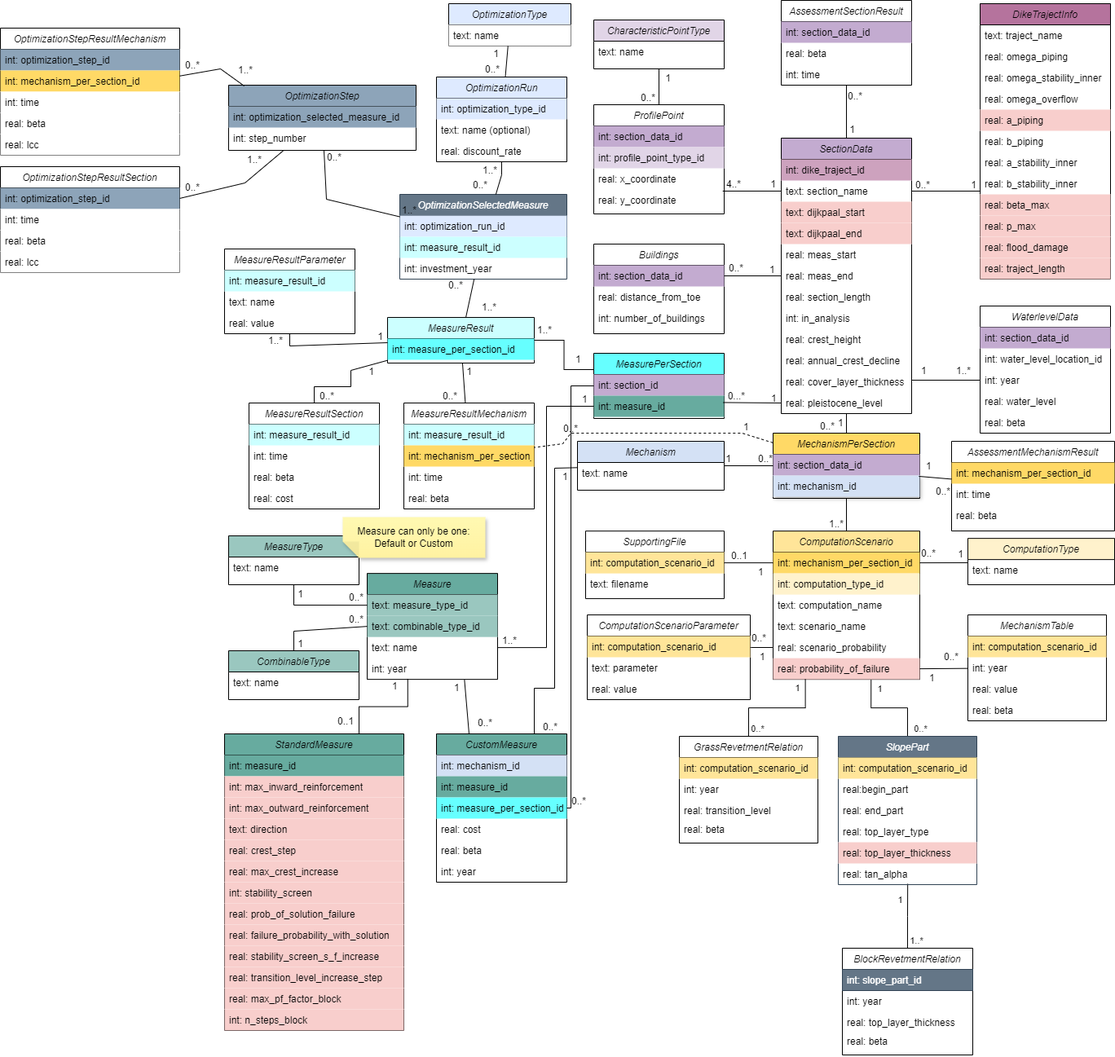
Above: docs/db_diagram/vrtool_sql_input.drawio.png in Deltares/Veiligheidsrendement (draw.io), before the change. Source tidied: cells renumbered, new cells last; positions are measured from the earlier drawing's top-left corner, leaving out a move shared by most shapes.
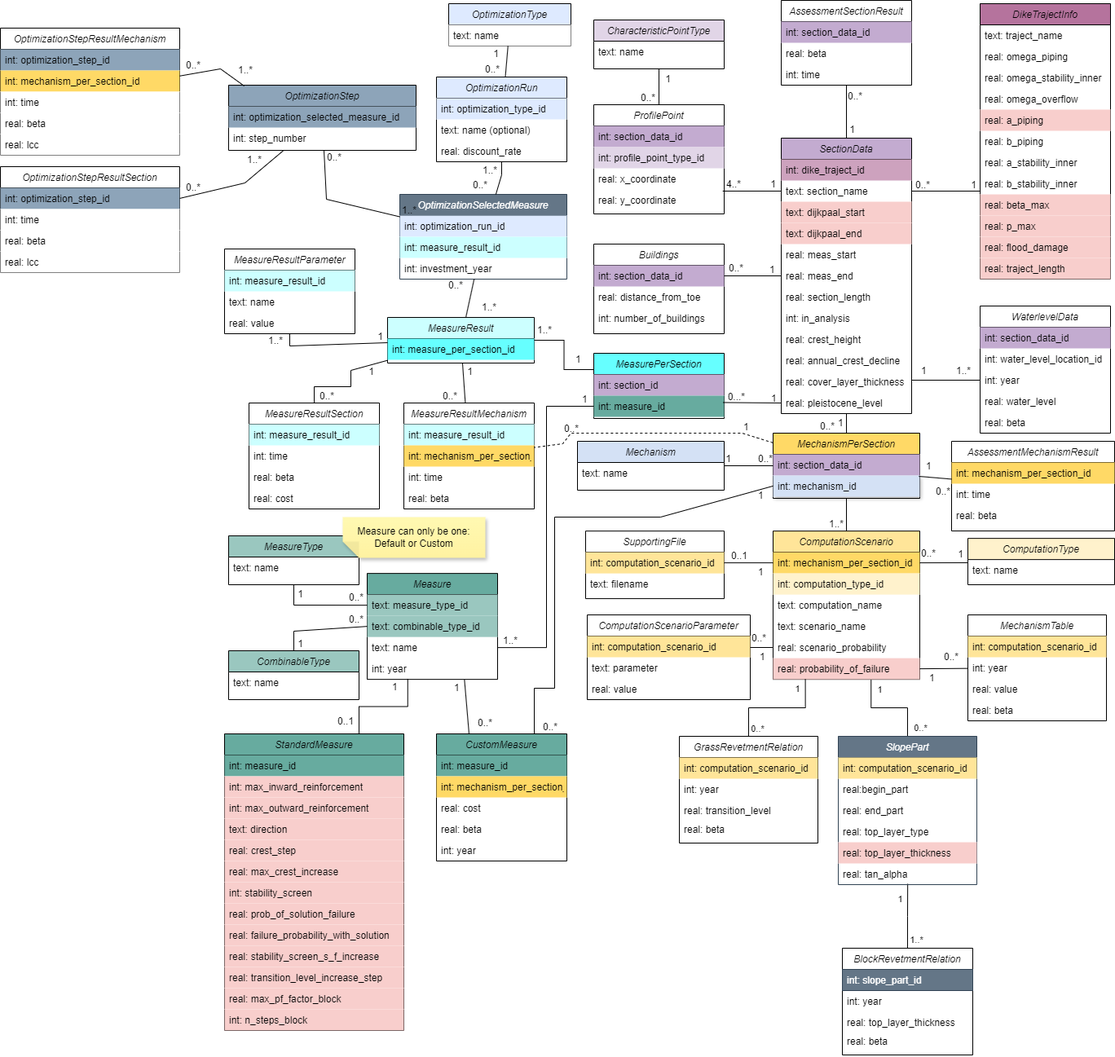
Later version of the same file.

Change to the diagram source:
```diff
@@ -366,25 +366,22 @@
       <mxGeometry y="338" width="220" height="26" as="geometry" />
     </mxCell>
     <mxCell id="108" value="CustomMeasure" style="swimlane;fontStyle=2;align=center;verticalAlign=top;horizontal=1;startSize=26;rounded=0;shadow=0;strokeWidth=1;fillColor=#67AB9F;" parent="1" vertex="1">
-      <mxGeometry x="535" y="900" width="160" height="182" as="geometry" />
+      <mxGeometry x="535" y="900" width="160" height="156" as="geometry" />
     </mxCell>
-    <mxCell id="109" value="int: mechanism_id" style="text;align=left;verticalAlign=top;spacingLeft=4;spacingRight=4;overflow=hidden;fillColor=#D4E1F5;" parent="108" vertex="1">
-      <mxGeometry y="26" width="160" height="26" as="geometry" />
-    </mxCell>
     <mxCell id="110" value="int: measure_id" style="text;align=left;verticalAlign=top;spacingLeft=4;spacingRight=4;overflow=hidden;rounded=0;shadow=0;html=0;fillColor=#67AB9F;" parent="108" vertex="1">
-      <mxGeometry y="52" width="160" height="26" as="geometry" />
+      <mxGeometry y="26" width="160" height="26" as="geometry" />
     </mxCell>
-    <mxCell id="111" value="int: measure_per_section_id" style="text;align=left;verticalAlign=top;spacingLeft=4;spacingRight=4;overflow=hidden;points=[[0,0.5],[1,0.5]];portConstraint=eastwest;rounded=0;shadow=0;html=0;fillColor=#66FFFF;" parent="108" vertex="1">
-      <mxGeometry y="78" width="160" height="26" as="geometry" />
-    </mxCell>
+    <mxCell id="277" value="int: mechanism_per_section_id" style="text;align=left;verticalAlign=top;spacingLeft=4;spacingRight=4;overflow=hidden;rounded=0;shadow=0;html=0;fillColor=#FFD966;" parent="108" vertex="1">
+      <mxGeometry y="52" width="160" height="26" as="geometry" />
+    </mxCell>
     <mxCell id="112" value="real: cost" style="text;align=left;verticalAlign=top;spacingLeft=4;spacingRight=4;overflow=hidden;" parent="108" vertex="1">
-      <mxGeometry y="104" width="160" height="26" as="geometry" />
+      <mxGeometry y="78" width="160" height="26" as="geometry" />
     </mxCell>
     <mxCell id="113" value="real: beta" style="text;align=left;verticalAlign=top;spacingLeft=4;spacingRight=4;overflow=hidden;" parent="108" vertex="1">
-      <mxGeometry y="130" width="160" height="26" as="geometry" />
+      <mxGeometry y="104" width="160" height="26" as="geometry" />
     </mxCell>
     <mxCell id="114" value="int: year" style="text;align=left;verticalAlign=top;spacingLeft=4;spacingRight=4;overflow=hidden;" parent="108" vertex="1">
-      <mxGeometry y="156" width="160" height="26" as="geometry" />
+      <mxGeometry y="130" width="160" height="26" as="geometry" />
     </mxCell>
     <mxCell id="115" value="MeasureType" style="swimlane;fontStyle=2;align=center;verticalAlign=top;horizontal=1;startSize=26;rounded=0;shadow=0;strokeWidth=1;fillColor=#9AC7BF;" parent="1" vertex="1">
       <mxGeometry x="280" y="657" width="160" height="60" as="geometry" />
@@ -392,10 +389,11 @@
     <mxCell id="116" value="text: name" style="text;align=left;verticalAlign=top;spacingLeft=4;spacingRight=4;overflow=hidden;" parent="115" vertex="1">
       <mxGeometry y="26" width="160" height="26" as="geometry" />
     </mxCell>
-    <mxCell id="117" style="endArrow=none;html=1;rounded=0;entryX=0.75;entryY=0;entryDx=0;entryDy=0;" parent="1" edge="1" source="73" target="108">
+    <mxCell id="117" style="endArrow=none;html=1;rounded=0;entryX=0.75;entryY=0;entryDx=0;entryDy=0;" parent="1" edge="1" source="34" target="108">
       <mxGeometry relative="1" as="geometry">
         <Array as="points">
-          <mxPoint x="680" y="574" />
+          <mxPoint x="810" y="634" />
+          <mxPoint x="680" y="634" />
           <mxPoint x="680" y="844" />
           <mxPoint x="655" y="844" />
         </Array>
@@ -1014,16 +1012,5 @@
         <mxPoint x="26" y="-5" as="offset" />
       </mxGeometry>
     </mxCell>
-    <mxCell id="275" style="rounded=0;jettySize=auto;html=1;exitX=1;exitY=0.5;exitDx=0;exitDy=0;edgeStyle=orthogonalEdgeStyle;endArrow=none;endFill=0;" parent="1" edge="1" source="111" target="37">
-      <mxGeometry relative="1" as="geometry">
-        <Array as="points">
-          <mxPoint x="700" y="991" />
-          <mxPoint x="700" y="473" />
-        </Array>
-      </mxGeometry>
-    </mxCell>
-    <mxCell id="276" value="0..*" style="html=1;whiteSpace=wrap;align=right;verticalAlign=bottom;" parent="1" vertex="1">
-      <mxGeometry x="720" y="991" as="geometry" />
-    </mxCell>
   </root>
 </mxGraphModel>
```
